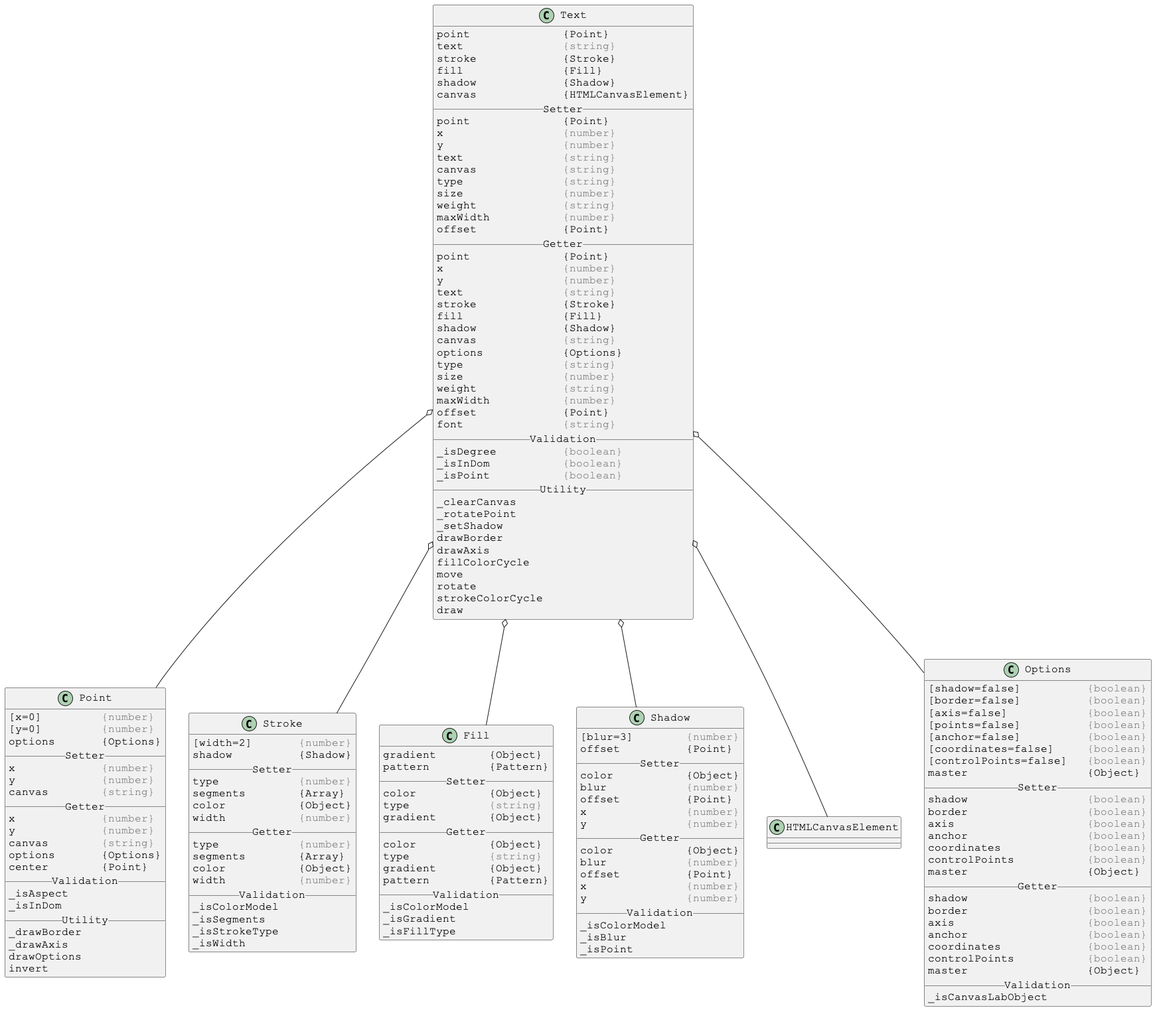
Earlier version of the PlantUML export docs/PlantUml/images/linked/Text-linked.png (Justin-Byrne/canvasLab).
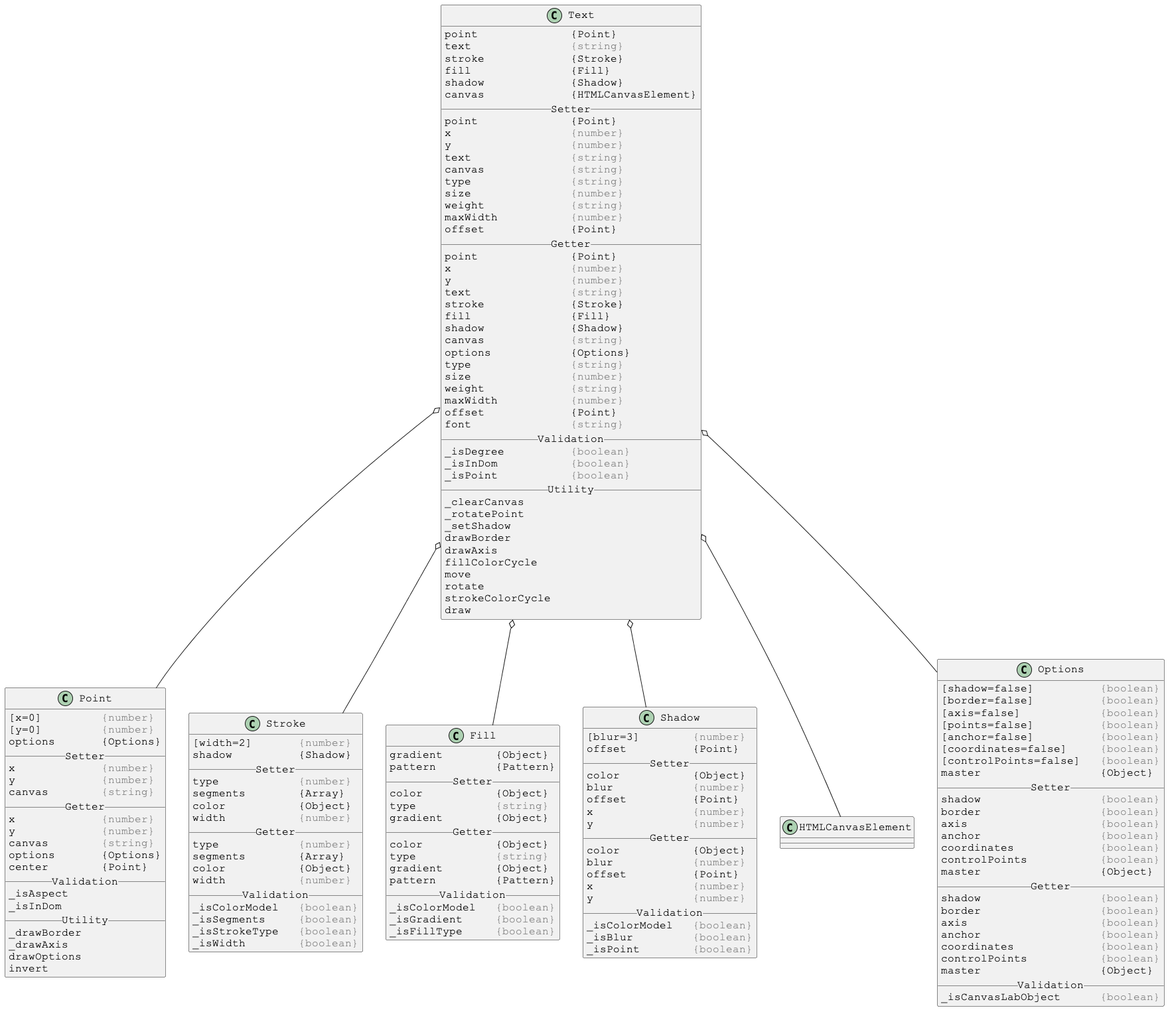
Later version of the same file.

Change to the diagram source:
```diff
@@ -109,10 +109,10 @@
 color           {Object}
 width           <color:gray>{number}</color>
 __ Validation __
-_isColorModel
-_isSegments
-_isStrokeType
-_isWidth
+_isColorModel   <color:gray>{boolean}</color>
+_isSegments     <color:gray>{boolean}</color>
+_isStrokeType   <color:gray>{boolean}</color>
+_isWidth        <color:gray>{boolean}</color>
 }
 
 
@@ -133,9 +133,9 @@
 gradient        {Object}
 pattern         {Pattern}
 __ Validation __
-_isColorModel
-_isGradient
-_isFillType
+_isColorModel   <color:gray>{boolean}</color>
+_isGradient     <color:gray>{boolean}</color>
+_isFillType     <color:gray>{boolean}</color>
 }
 
 
@@ -159,9 +159,9 @@
 x               <color:gray>{number}</color>
 y               <color:gray>{number}</color>
 __ Validation __
-_isColorModel
-_isBlur
-_isPoint
+_isColorModel   <color:gray>{boolean}</color>
+_isBlur         <color:gray>{boolean}</color>
+_isPoint        <color:gray>{boolean}</color>
 }
 
 
@@ -195,7 +195,7 @@
 controlPoints           <color:gray>{boolean}</color>
 master                  {Object}
 __ Validation __
-_isCanvasLabObject
+_isCanvasLabObject      <color:gray>{boolean}</color>
 }
 
 @enduml
```
